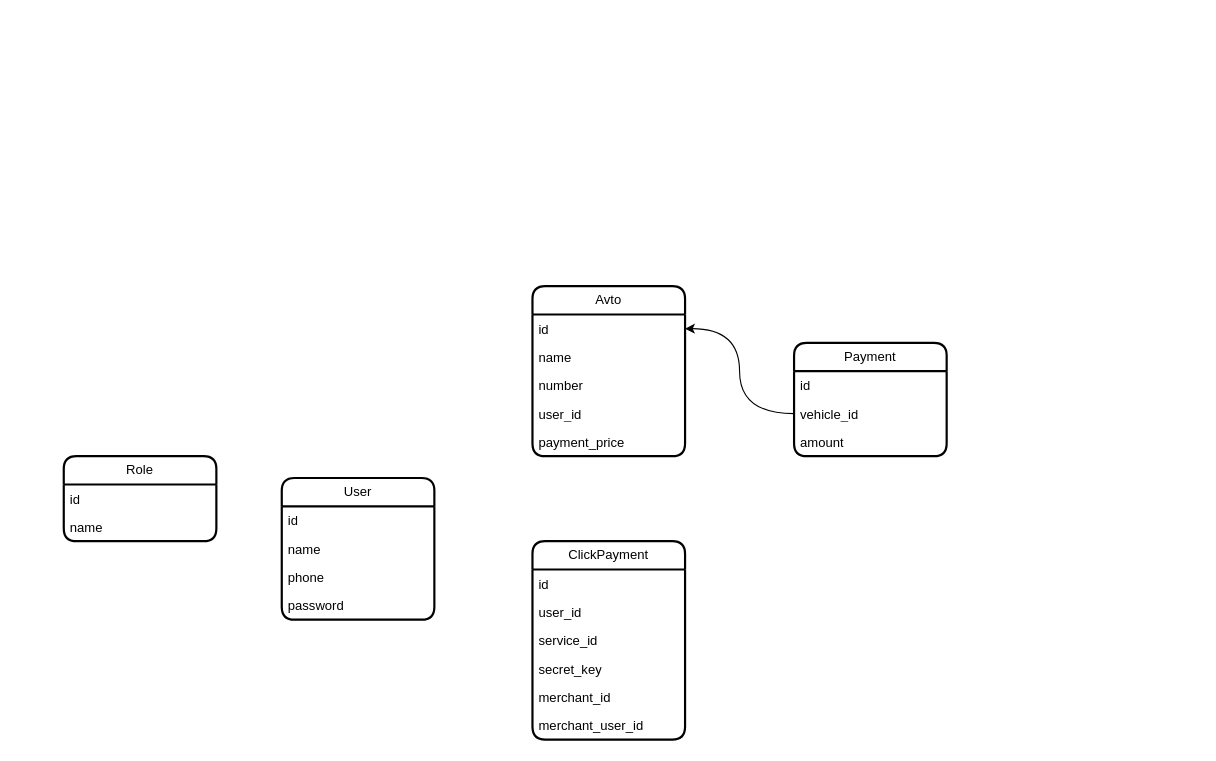
Before: karsoft-transport.drawio in iztileuoff/databases, a draw.io diagram. Source tidied: cells renumbered, new cells numbered last; positions are measured from the earlier drawing's top-left corner, leaving out a move shared by most shapes. Both pictures are drawn from the tidied source at 109%, with x=0, y=0 at pixel (63, 286).
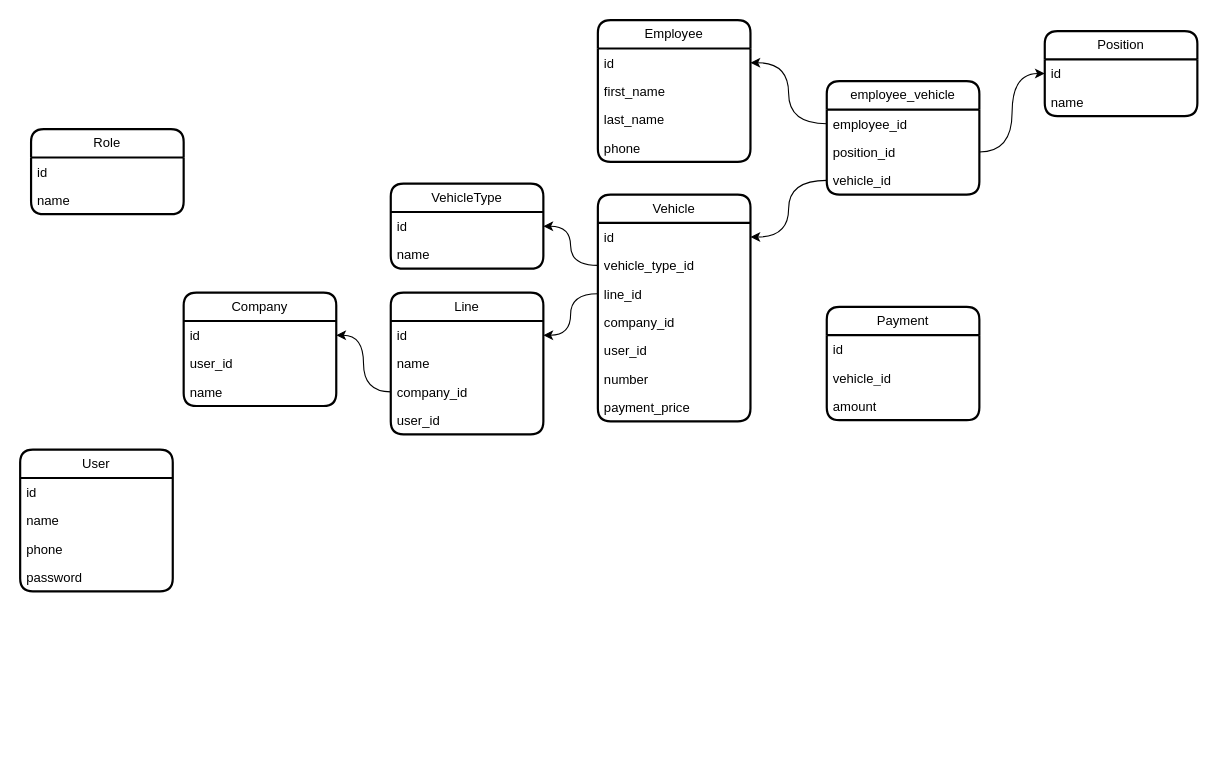
The same diagram, later.

The change refers to these unchanged cells:
```xml
<mxCell id="11" value="id" style="text;strokeColor=none;fillColor=none;align=left;verticalAlign=top;spacingLeft=4;spacingRight=4;overflow=hidden;points=[[0,0.5],[1,0.5]];portConstraint=eastwest;whiteSpace=wrap;html=1;" parent="10" vertex="1">
  <mxGeometry y="26" width="140" height="26" as="geometry" />
</mxCell>
<mxCell id="18" value="vehicle_id" style="text;strokeColor=none;fillColor=none;align=left;verticalAlign=top;spacingLeft=4;spacingRight=4;overflow=hidden;points=[[0,0.5],[1,0.5]];portConstraint=eastwest;whiteSpace=wrap;html=1;" parent="16" vertex="1">
  <mxGeometry y="52" width="140" height="26" as="geometry" />
</mxCell>
```

Diff of the diagram source:
```diff
@@
     <mxCell id="2" value="User" style="swimlane;fontStyle=0;horizontal=1;startSize=26;fillColor=none;whiteSpace=wrap;html=1;rounded=1;shadow=0;glass=0;strokeWidth=2;" parent="1" vertex="1">
-      <mxGeometry x="200" y="176" width="140" height="130" as="geometry" />
+      <mxGeometry x="-40" y="150" width="140" height="130" as="geometry" />
     </mxCell>
@@
     <mxCell id="7" value="Role" style="swimlane;fontStyle=0;horizontal=1;startSize=26;fillColor=none;whiteSpace=wrap;html=1;rounded=1;shadow=0;glass=0;strokeWidth=2;" parent="1" vertex="1">
-      <mxGeometry y="156" width="140" height="78" as="geometry" />
+      <mxGeometry x="-30" y="-144" width="140" height="78" as="geometry" />
     </mxCell>
@@
-    <mxCell id="10" value="Avto" style="swimlane;fontStyle=0;horizontal=1;startSize=26;fillColor=none;whiteSpace=wrap;html=1;rounded=1;shadow=0;glass=0;strokeWidth=2;" parent="1" vertex="1">
-      <mxGeometry x="430" width="140" height="156" as="geometry" />
+    <mxCell id="10" value="Vehicle" style="swimlane;fontStyle=0;horizontal=1;startSize=26;fillColor=none;whiteSpace=wrap;html=1;rounded=1;shadow=0;glass=0;strokeWidth=2;" parent="1" vertex="1">
+      <mxGeometry x="490" y="-84" width="140" height="208" as="geometry" />
     </mxCell>
@@
-    <mxCell id="12" value="name" style="text;strokeColor=none;fillColor=none;align=left;verticalAlign=top;spacingLeft=4;spacingRight=4;overflow=hidden;whiteSpace=wrap;html=1;" parent="10" vertex="1">
-      <mxGeometry y="52" width="140" height="26" as="geometry" />
-    </mxCell>
+    <mxCell id="28" value="vehicle_type_id" style="text;strokeColor=none;fillColor=none;align=left;verticalAlign=top;spacingLeft=4;spacingRight=4;overflow=hidden;points=[[0,0.5],[1,0.5]];portConstraint=eastwest;whiteSpace=wrap;html=1;" parent="10" vertex="1">
+      <mxGeometry y="52" width="140" height="26" as="geometry" />
+    </mxCell>
+    <mxCell id="29" value="line_id" style="text;strokeColor=none;fillColor=none;align=left;verticalAlign=top;spacingLeft=4;spacingRight=4;overflow=hidden;points=[[0,0.5],[1,0.5]];portConstraint=eastwest;whiteSpace=wrap;html=1;" parent="10" vertex="1">
+      <mxGeometry y="78" width="140" height="26" as="geometry" />
+    </mxCell>
+    <mxCell id="30" value="company_id" style="text;strokeColor=none;fillColor=none;align=left;verticalAlign=top;spacingLeft=4;spacingRight=4;overflow=hidden;whiteSpace=wrap;html=1;" parent="10" vertex="1">
+      <mxGeometry y="104" width="140" height="26" as="geometry" />
+    </mxCell>
+    <mxCell id="31" value="user_id" style="text;strokeColor=none;fillColor=none;align=left;verticalAlign=top;spacingLeft=4;spacingRight=4;overflow=hidden;whiteSpace=wrap;html=1;" parent="10" vertex="1">
+      <mxGeometry y="130" width="140" height="26" as="geometry" />
+    </mxCell>
     <mxCell id="13" value="number" style="text;strokeColor=none;fillColor=none;align=left;verticalAlign=top;spacingLeft=4;spacingRight=4;overflow=hidden;whiteSpace=wrap;html=1;" parent="10" vertex="1">
-      <mxGeometry y="78" width="140" height="26" as="geometry" />
+      <mxGeometry y="156" width="140" height="26" as="geometry" />
     </mxCell>
-    <mxCell id="14" value="user_id" style="text;strokeColor=none;fillColor=none;align=left;verticalAlign=top;spacingLeft=4;spacingRight=4;overflow=hidden;whiteSpace=wrap;html=1;" parent="10" vertex="1">
-      <mxGeometry y="104" width="140" height="26" as="geometry" />
-    </mxCell>
     <mxCell id="15" value="payment_price" style="text;strokeColor=none;fillColor=none;align=left;verticalAlign=top;spacingLeft=4;spacingRight=4;overflow=hidden;whiteSpace=wrap;html=1;" parent="10" vertex="1">
-      <mxGeometry y="130" width="140" height="26" as="geometry" />
+      <mxGeometry y="182" width="140" height="26" as="geometry" />
     </mxCell>
     <mxCell id="16" value="Payment" style="swimlane;fontStyle=0;horizontal=1;startSize=26;fillColor=none;whiteSpace=wrap;html=1;rounded=1;shadow=0;glass=0;strokeWidth=2;" parent="1" vertex="1">
-      <mxGeometry x="670" y="52" width="140" height="104" as="geometry" />
+      <mxGeometry x="700" y="19" width="140" height="104" as="geometry" />
     </mxCell>
@@
-    <mxCell id="20" style="edgeStyle=orthogonalEdgeStyle;rounded=0;jettySize=auto;html=1;entryX=1;entryY=0.5;entryDx=0;entryDy=0;curved=1;" parent="1" edge="1" source="18" target="11">
-      <mxGeometry relative="1" as="geometry" />
-    </mxCell>
-    <mxCell id="21" value="ClickPayment" style="swimlane;fontStyle=0;horizontal=1;startSize=26;fillColor=none;whiteSpace=wrap;html=1;rounded=1;shadow=0;glass=0;strokeWidth=2;" parent="1" vertex="1">
-      <mxGeometry x="430" y="234" width="140" height="182" as="geometry" />
-    </mxCell>
-    <mxCell id="22" value="id" style="text;strokeColor=none;fillColor=none;align=left;verticalAlign=top;spacingLeft=4;spacingRight=4;overflow=hidden;whiteSpace=wrap;html=1;" parent="21" vertex="1">
-      <mxGeometry y="26" width="140" height="26" as="geometry" />
-    </mxCell>
+    <mxCell id="32" value="Company" style="swimlane;fontStyle=0;horizontal=1;startSize=26;fillColor=none;whiteSpace=wrap;html=1;rounded=1;shadow=0;glass=0;strokeWidth=2;" parent="1" vertex="1">
+      <mxGeometry x="110" y="6" width="140" height="104" as="geometry" />
+    </mxCell>
+    <mxCell id="33" value="id" style="text;strokeColor=none;fillColor=none;align=left;verticalAlign=top;spacingLeft=4;spacingRight=4;overflow=hidden;points=[[0,0.5],[1,0.5]];portConstraint=eastwest;whiteSpace=wrap;html=1;" parent="32" vertex="1">
+      <mxGeometry y="26" width="140" height="26" as="geometry" />
+    </mxCell>
-    <mxCell id="23" value="user_id" style="text;strokeColor=none;fillColor=none;align=left;verticalAlign=top;spacingLeft=4;spacingRight=4;overflow=hidden;whiteSpace=wrap;html=1;" parent="21" vertex="1">
+    <mxCell id="23" value="user_id" style="text;strokeColor=none;fillColor=none;align=left;verticalAlign=top;spacingLeft=4;spacingRight=4;overflow=hidden;whiteSpace=wrap;html=1;" parent="32" vertex="1">
       <mxGeometry y="52" width="140" height="26" as="geometry" />
     </mxCell>
-    <mxCell id="24" value="service_id" style="text;strokeColor=none;fillColor=none;align=left;verticalAlign=top;spacingLeft=4;spacingRight=4;overflow=hidden;whiteSpace=wrap;html=1;" parent="21" vertex="1">
-      <mxGeometry y="78" width="140" height="26" as="geometry" />
-    </mxCell>
-    <mxCell id="25" value="secret_key" style="text;strokeColor=none;fillColor=none;align=left;verticalAlign=top;spacingLeft=4;spacingRight=4;overflow=hidden;whiteSpace=wrap;html=1;" parent="21" vertex="1">
-      <mxGeometry y="104" width="140" height="26" as="geometry" />
-    </mxCell>
-    <mxCell id="26" value="merchant_id" style="text;strokeColor=none;fillColor=none;align=left;verticalAlign=top;spacingLeft=4;spacingRight=4;overflow=hidden;whiteSpace=wrap;html=1;" parent="21" vertex="1">
-      <mxGeometry y="130" width="140" height="26" as="geometry" />
-    </mxCell>
-    <mxCell id="27" value="merchant_user_id" style="text;strokeColor=none;fillColor=none;align=left;verticalAlign=top;spacingLeft=4;spacingRight=4;overflow=hidden;whiteSpace=wrap;html=1;" parent="21" vertex="1">
-      <mxGeometry y="156" width="140" height="26" as="geometry" />
-    </mxCell>
+    <mxCell id="34" value="name" style="text;strokeColor=none;fillColor=none;align=left;verticalAlign=top;spacingLeft=4;spacingRight=4;overflow=hidden;whiteSpace=wrap;html=1;" parent="32" vertex="1">
+      <mxGeometry y="78" width="140" height="26" as="geometry" />
+    </mxCell>
+    <mxCell id="35" value="VehicleType" style="swimlane;fontStyle=0;horizontal=1;startSize=26;fillColor=none;whiteSpace=wrap;html=1;rounded=1;shadow=0;glass=0;strokeWidth=2;" parent="1" vertex="1">
+      <mxGeometry x="300" y="-94" width="140" height="78" as="geometry" />
+    </mxCell>
+    <mxCell id="36" value="id" style="text;strokeColor=none;fillColor=none;align=left;verticalAlign=top;spacingLeft=4;spacingRight=4;overflow=hidden;points=[[0,0.5],[1,0.5]];portConstraint=eastwest;whiteSpace=wrap;html=1;" parent="35" vertex="1">
+      <mxGeometry y="26" width="140" height="26" as="geometry" />
+    </mxCell>
+    <mxCell id="37" value="name" style="text;strokeColor=none;fillColor=none;align=left;verticalAlign=top;spacingLeft=4;spacingRight=4;overflow=hidden;whiteSpace=wrap;html=1;" parent="35" vertex="1">
+      <mxGeometry y="52" width="140" height="26" as="geometry" />
+    </mxCell>
+    <mxCell id="38" style="edgeStyle=orthogonalEdgeStyle;rounded=0;jettySize=auto;html=1;entryX=1;entryY=0.5;entryDx=0;entryDy=0;curved=1;" parent="1" edge="1" source="28" target="36">
+      <mxGeometry relative="1" as="geometry" />
+    </mxCell>
+    <mxCell id="39" value="employee_vehicle" style="swimlane;fontStyle=0;horizontal=1;startSize=26;fillColor=none;whiteSpace=wrap;html=1;rounded=1;shadow=0;glass=0;strokeWidth=2;" parent="1" vertex="1">
+      <mxGeometry x="700" y="-188" width="140" height="104" as="geometry" />
+    </mxCell>
+    <mxCell id="40" value="employee_id" style="text;strokeColor=none;fillColor=none;align=left;verticalAlign=top;spacingLeft=4;spacingRight=4;overflow=hidden;points=[[0,0.5],[1,0.5]];portConstraint=eastwest;whiteSpace=wrap;html=1;" parent="39" vertex="1">
+      <mxGeometry y="26" width="140" height="26" as="geometry" />
+    </mxCell>
+    <mxCell id="41" value="position_id" style="text;strokeColor=none;fillColor=none;align=left;verticalAlign=top;spacingLeft=4;spacingRight=4;overflow=hidden;points=[[0,0.5],[1,0.5]];portConstraint=eastwest;whiteSpace=wrap;html=1;" parent="39" vertex="1">
+      <mxGeometry y="52" width="140" height="26" as="geometry" />
+    </mxCell>
+    <mxCell id="42" value="vehicle_id" style="text;strokeColor=none;fillColor=none;align=left;verticalAlign=top;spacingLeft=4;spacingRight=4;overflow=hidden;points=[[0,0.5],[1,0.5]];portConstraint=eastwest;whiteSpace=wrap;html=1;" parent="39" vertex="1">
+      <mxGeometry y="78" width="140" height="26" as="geometry" />
+    </mxCell>
+    <mxCell id="43" value="Position" style="swimlane;fontStyle=0;horizontal=1;startSize=26;fillColor=none;whiteSpace=wrap;html=1;rounded=1;shadow=0;glass=0;strokeWidth=2;" parent="1" vertex="1">
+      <mxGeometry x="900" y="-234" width="140" height="78" as="geometry" />
+    </mxCell>
+    <mxCell id="44" value="id" style="text;strokeColor=none;fillColor=none;align=left;verticalAlign=top;spacingLeft=4;spacingRight=4;overflow=hidden;points=[[0,0.5],[1,0.5]];portConstraint=eastwest;whiteSpace=wrap;html=1;" parent="43" vertex="1">
+      <mxGeometry y="26" width="140" height="26" as="geometry" />
+    </mxCell>
+    <mxCell id="45" value="name" style="text;strokeColor=none;fillColor=none;align=left;verticalAlign=top;spacingLeft=4;spacingRight=4;overflow=hidden;whiteSpace=wrap;html=1;" parent="43" vertex="1">
+      <mxGeometry y="52" width="140" height="26" as="geometry" />
+    </mxCell>
+    <mxCell id="46" value="Employee" style="swimlane;fontStyle=0;horizontal=1;startSize=26;fillColor=none;whiteSpace=wrap;html=1;rounded=1;shadow=0;glass=0;strokeWidth=2;" parent="1" vertex="1">
+      <mxGeometry x="490" y="-244" width="140" height="130" as="geometry" />
+    </mxCell>
+    <mxCell id="47" value="id" style="text;strokeColor=none;fillColor=none;align=left;verticalAlign=top;spacingLeft=4;spacingRight=4;overflow=hidden;points=[[0,0.5],[1,0.5]];portConstraint=eastwest;whiteSpace=wrap;html=1;" parent="46" vertex="1">
+      <mxGeometry y="26" width="140" height="26" as="geometry" />
+    </mxCell>
+    <mxCell id="48" value="first_name" style="text;strokeColor=none;fillColor=none;align=left;verticalAlign=top;spacingLeft=4;spacingRight=4;overflow=hidden;whiteSpace=wrap;html=1;" parent="46" vertex="1">
+      <mxGeometry y="52" width="140" height="26" as="geometry" />
+    </mxCell>
+    <mxCell id="49" value="last_name" style="text;strokeColor=none;fillColor=none;align=left;verticalAlign=top;spacingLeft=4;spacingRight=4;overflow=hidden;whiteSpace=wrap;html=1;" parent="46" vertex="1">
+      <mxGeometry y="78" width="140" height="26" as="geometry" />
+    </mxCell>
+    <mxCell id="50" value="phone" style="text;strokeColor=none;fillColor=none;align=left;verticalAlign=top;spacingLeft=4;spacingRight=4;overflow=hidden;whiteSpace=wrap;html=1;" parent="46" vertex="1">
+      <mxGeometry y="104" width="140" height="26" as="geometry" />
+    </mxCell>
+    <mxCell id="51" style="edgeStyle=orthogonalEdgeStyle;rounded=0;jettySize=auto;html=1;entryX=1;entryY=0.5;entryDx=0;entryDy=0;curved=1;" parent="1" edge="1" source="40" target="47">
+      <mxGeometry relative="1" as="geometry" />
+    </mxCell>
+    <mxCell id="52" style="edgeStyle=orthogonalEdgeStyle;rounded=0;jettySize=auto;html=1;entryX=1;entryY=0.5;entryDx=0;entryDy=0;curved=1;" parent="1" edge="1" source="42" target="11">
+      <mxGeometry relative="1" as="geometry" />
+    </mxCell>
+    <mxCell id="53" style="edgeStyle=orthogonalEdgeStyle;rounded=0;jettySize=auto;html=1;entryX=0;entryY=0.5;entryDx=0;entryDy=0;curved=1;" parent="1" edge="1" source="41" target="44">
+      <mxGeometry relative="1" as="geometry" />
+    </mxCell>
+    <mxCell id="54" value="Line" style="swimlane;fontStyle=0;horizontal=1;startSize=26;fillColor=none;whiteSpace=wrap;html=1;rounded=1;shadow=0;glass=0;strokeWidth=2;" parent="1" vertex="1">
+      <mxGeometry x="300" y="6" width="140" height="130" as="geometry" />
+    </mxCell>
+    <mxCell id="55" value="id" style="text;strokeColor=none;fillColor=none;align=left;verticalAlign=top;spacingLeft=4;spacingRight=4;overflow=hidden;points=[[0,0.5],[1,0.5]];portConstraint=eastwest;whiteSpace=wrap;html=1;" parent="54" vertex="1">
+      <mxGeometry y="26" width="140" height="26" as="geometry" />
+    </mxCell>
+    <mxCell id="56" value="name" style="text;strokeColor=none;fillColor=none;align=left;verticalAlign=top;spacingLeft=4;spacingRight=4;overflow=hidden;whiteSpace=wrap;html=1;" parent="54" vertex="1">
+      <mxGeometry y="52" width="140" height="26" as="geometry" />
+    </mxCell>
+    <mxCell id="57" value="company_id" style="text;strokeColor=none;fillColor=none;align=left;verticalAlign=top;spacingLeft=4;spacingRight=4;overflow=hidden;points=[[0,0.5],[1,0.5]];portConstraint=eastwest;whiteSpace=wrap;html=1;" parent="54" vertex="1">
+      <mxGeometry y="78" width="140" height="26" as="geometry" />
+    </mxCell>
+    <mxCell id="14" value="user_id" style="text;strokeColor=none;fillColor=none;align=left;verticalAlign=top;spacingLeft=4;spacingRight=4;overflow=hidden;whiteSpace=wrap;html=1;" parent="54" vertex="1">
+      <mxGeometry y="104" width="140" height="26" as="geometry" />
+    </mxCell>
+    <mxCell id="58" style="edgeStyle=orthogonalEdgeStyle;rounded=0;jettySize=auto;html=1;entryX=1;entryY=0.5;entryDx=0;entryDy=0;curved=1;" parent="1" edge="1" source="29" target="55">
+      <mxGeometry relative="1" as="geometry" />
+    </mxCell>
+    <mxCell id="59" style="edgeStyle=orthogonalEdgeStyle;rounded=0;jettySize=auto;html=1;entryX=1;entryY=0.5;entryDx=0;entryDy=0;curved=1;" parent="1" edge="1" source="57" target="33">
+      <mxGeometry relative="1" as="geometry" />
+    </mxCell>
```
